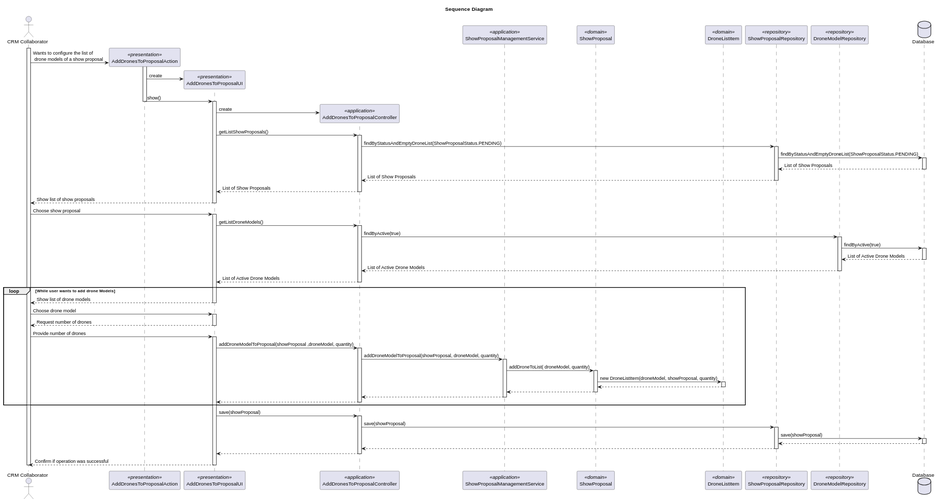
Above: docs/Sprint3/us_311/images/sequence-diagram-US311.svg in rubenFreitas1/ISEP-LAPR4-2024-2025 (PlantUML), before the change.
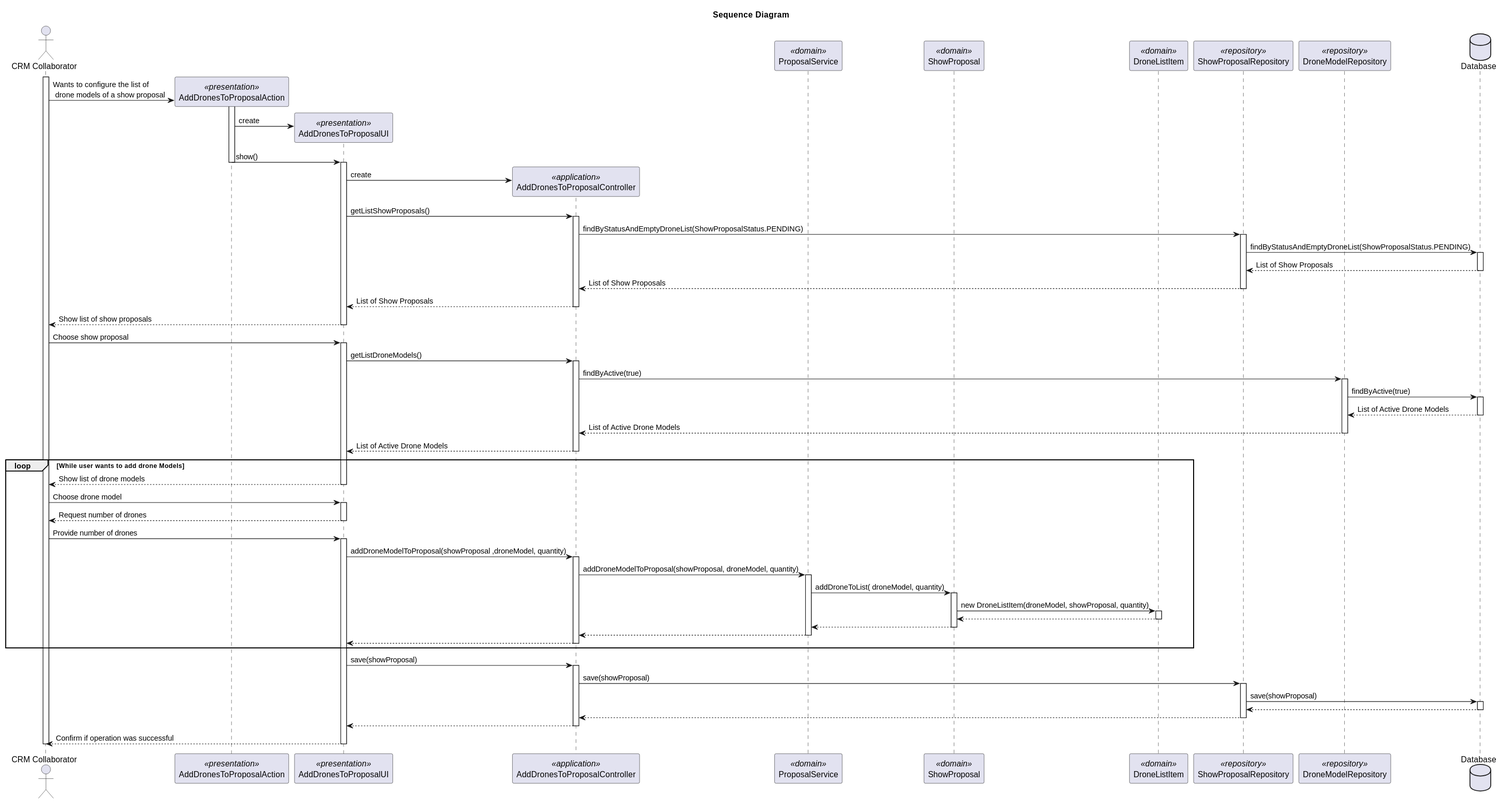
The same file after the commit.

What changed in the source:
```diff
@@ -5,7 +5,7 @@
 participant "AddDronesToProposalAction" as Action <<presentation>>
 participant "AddDronesToProposalUI" as UI <<presentation>>
 participant "AddDronesToProposalController" as Controller <<application>>
-participant "ShowProposalManagementService" as ShowProposalManagementService <<application>>
+participant "ProposalService" as ProposalService <<domain>>
 participant "ShowProposal" as ShowProposal <<domain>>
 participant "DroneListItem" as DroneListItem <<domain>>
 participant "ShowProposalRepository" as ShowProposalRepository <<repository>>
@@ -89,10 +89,10 @@
     UI -> Controller: addDroneModelToProposal(showProposal ,droneModel, quantity)
     activate Controller
 
-        Controller -> ShowProposalManagementService: addDroneModelToProposal(showProposal, droneModel, quantity)
-        activate ShowProposalManagementService
+        Controller -> ProposalService: addDroneModelToProposal(showProposal, droneModel, quantity)
+        activate ProposalService
 
-        ShowProposalManagementService -> ShowProposal: addDroneToList( droneModel, quantity)
+        ProposalService -> ShowProposal: addDroneToList( droneModel, quantity)
         activate ShowProposal
 
         ShowProposal -> DroneListItem: new DroneListItem(droneModel, showProposal, quantity)
@@ -101,10 +101,10 @@
         DroneListItem --> ShowProposal
         deactivate DroneListItem
 
-        ShowProposal --> ShowProposalManagementService
+        ShowProposal --> ProposalService
         deactivate ShowProposal
-        ShowProposalManagementService --> Controller
-        deactivate ShowProposalManagementService
+        ProposalService --> Controller
+        deactivate ProposalService
     Controller --> UI
     deactivate Controller
     end
```
